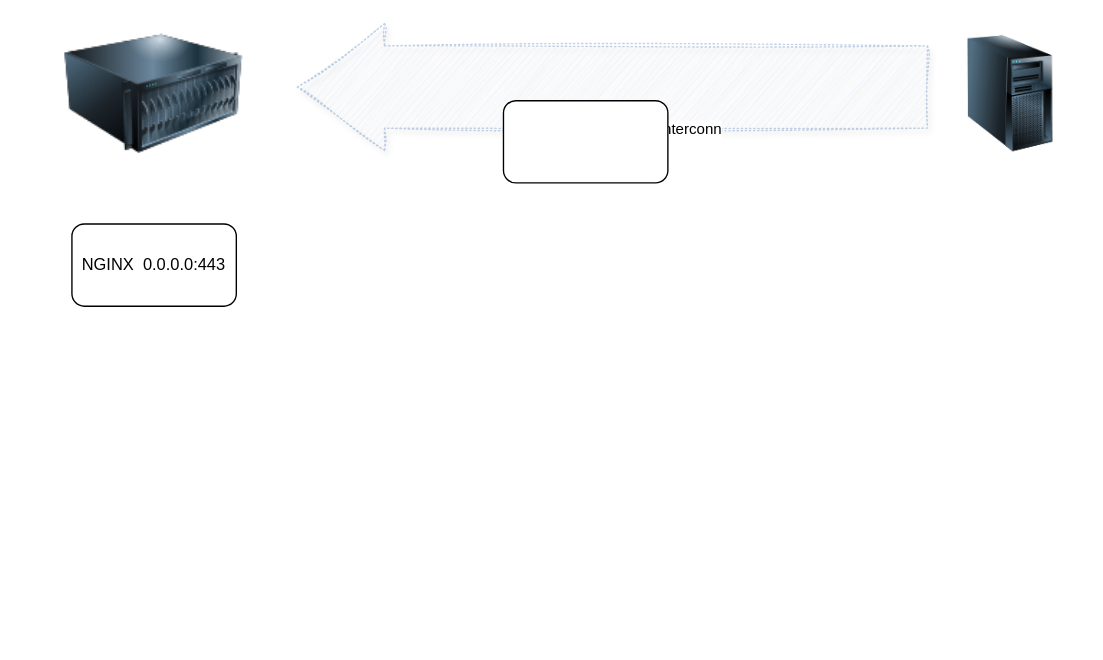
Above: Xray-Portal-Bridge.drawio in mikhaildotk/draw.io (draw.io), before the change. Source tidied: cells renumbered, new cells numbered last; positions are measured from the earlier drawing's top-left corner, leaving out a move shared by most shapes. Both pictures are drawn from the tidied source at 137%, with x=0, y=0 at pixel (64, 32).
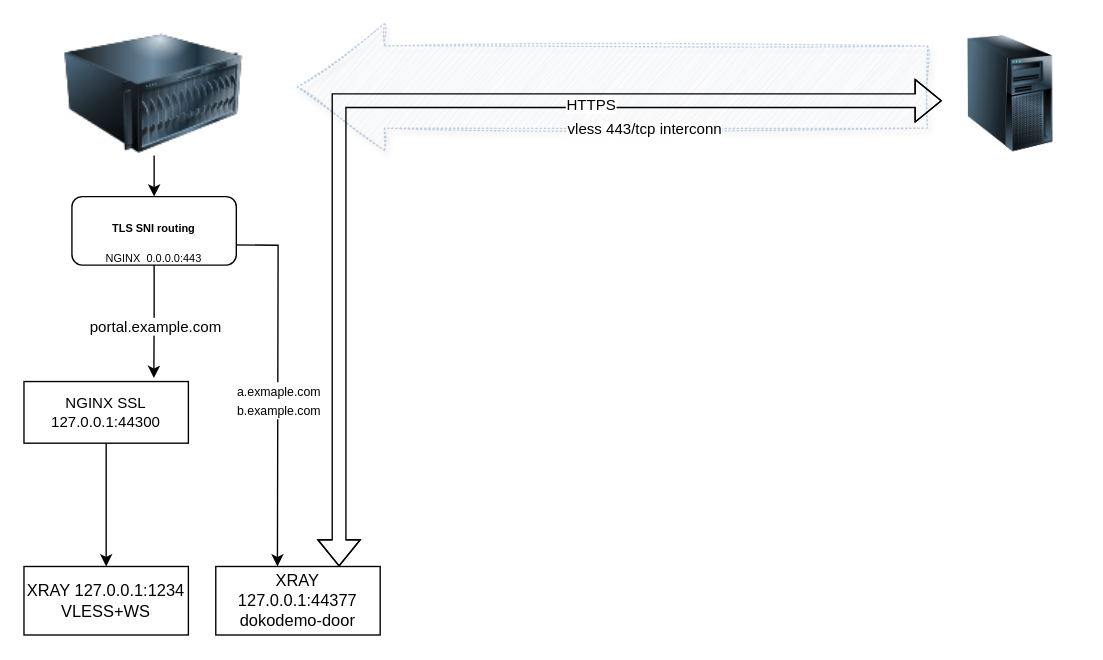
The same page after the edit.

The change refers to these unchanged cells:
```xml
<mxCell id="4" style="image;html=1;image=img/lib/clip_art/computers/Server_Tower_128x128.png;" parent="1" vertex="1">
  <mxGeometry x="640" y="2.5" width="100" height="85" as="geometry" />
</mxCell>
<mxCell id="5" style="image;html=1;image=img/lib/clip_art/computers/Server_128x128.png;" parent="1" vertex="1">
  <mxGeometry width="130" height="90" as="geometry" />
</mxCell>
```

Diff of the diagram source:
```diff
@@
+    <mxCell id="8" style="edgeStyle=orthogonalEdgeStyle;rounded=0;jettySize=auto;html=1;" parent="1" edge="1" source="5" target="7">
+      <mxGeometry relative="1" as="geometry" />
+    </mxCell>
@@
-    <mxCell id="6" style="rounded=1;whiteSpace=wrap;html=1;" parent="1" vertex="1">
-      <mxGeometry x="320" y="50" width="120" height="60" as="geometry" />
-    </mxCell>
+    <mxCell id="9" style="edgeStyle=orthogonalEdgeStyle;rounded=0;orthogonalLoop=1;jettySize=auto;html=1;" parent="1" edge="1">
+      <mxGeometry relative="1" as="geometry">
+        <mxPoint x="90" y="155" as="sourcePoint" />
+        <mxPoint x="155" y="390" as="targetPoint" />
+      </mxGeometry>
+    </mxCell>
+    <mxCell id="10" value="&lt;div&gt;&lt;font style=&quot;font-size: 9px;&quot;&gt;a.exmaple.com&lt;/font&gt;&lt;/div&gt;&lt;div&gt;&lt;font style=&quot;font-size: 9px;&quot;&gt;b.example.com&lt;br&gt;&lt;/font&gt;&lt;/div&gt;" style="edgeLabel;html=1;align=center;verticalAlign=middle;" parent="9" vertex="1">
+      <mxGeometry x="0.19" relative="1" as="geometry" />
+    </mxCell>
-    <mxCell id="7" value="NGINX&amp;nbsp; 0.0.0.0:443" style="rounded=1;whiteSpace=wrap;html=1;" parent="1" vertex="1">
-      <mxGeometry x="5" y="140" width="120" height="60" as="geometry" />
+    <mxCell id="7" value="&lt;div style=&quot;font-size: 8px;&quot;&gt;&lt;h1 dir=&quot;auto&quot; class=&quot;heading-element&quot;&gt;&lt;font style=&quot;font-size: 8px;&quot;&gt;TLS SNI routing&lt;/font&gt;&lt;/h1&gt;&lt;/div&gt;&lt;div style=&quot;font-size: 8px;&quot;&gt;&lt;font style=&quot;font-size: 8px;&quot;&gt;NGINX&amp;nbsp; 0.0.0.0:443&lt;/font&gt;&lt;/div&gt;" style="rounded=1;whiteSpace=wrap;html=1;" parent="1" vertex="1">
+      <mxGeometry x="5" y="120" width="120" height="50" as="geometry" />
     </mxCell>
+    <mxCell id="11" value="&lt;div&gt;XRAY 127.0.0.1:1234&lt;/div&gt;&lt;div&gt;VLESS+WS&lt;br&gt;&lt;/div&gt;" style="rounded=0;whiteSpace=wrap;html=1;" parent="1" vertex="1">
+      <mxGeometry x="-30" y="390" width="120" height="50" as="geometry" />
+    </mxCell>
+    <mxCell id="12" style="edgeStyle=orthogonalEdgeStyle;rounded=0;jettySize=auto;html=1;exitX=0.5;exitY=1;exitDx=0;exitDy=0;entryX=0.5;entryY=0;entryDx=0;entryDy=0;" parent="1" edge="1" source="13" target="11">
+      <mxGeometry relative="1" as="geometry" />
+    </mxCell>
+    <mxCell id="13" value="&lt;div style=&quot;font-size: 11px;&quot;&gt;&lt;font style=&quot;font-size: 11px;&quot;&gt;NGINX SSL &lt;/font&gt;&lt;font style=&quot;font-size: 11px;&quot;&gt;127.0.0.1:44300&lt;br&gt;&lt;/font&gt;&lt;/div&gt;" style="rounded=0;whiteSpace=wrap;html=1;" parent="1" vertex="1">
+      <mxGeometry x="-30" y="255" width="120" height="45" as="geometry" />
+    </mxCell>
+    <mxCell id="14" style="edgeStyle=orthogonalEdgeStyle;rounded=0;orthogonalLoop=1;jettySize=auto;html=1;exitX=0.5;exitY=1;exitDx=0;exitDy=0;" parent="1" edge="1">
+      <mxGeometry relative="1" as="geometry">
+        <mxPoint x="395" y="255" as="sourcePoint" />
+        <mxPoint x="395" y="255" as="targetPoint" />
+      </mxGeometry>
+    </mxCell>
+    <mxCell id="15" style="edgeStyle=orthogonalEdgeStyle;rounded=0;orthogonalLoop=1;jettySize=auto;html=1;exitX=0.5;exitY=1;exitDx=0;exitDy=0;" parent="1" edge="1">
+      <mxGeometry relative="1" as="geometry">
+        <mxPoint x="395" y="255" as="sourcePoint" />
+        <mxPoint x="395" y="255" as="targetPoint" />
+      </mxGeometry>
+    </mxCell>
+    <mxCell id="16" style="edgeStyle=orthogonalEdgeStyle;rounded=0;jettySize=auto;html=1;entryX=0.79;entryY=-0.057;entryDx=0;entryDy=0;entryPerimeter=0;" parent="1" edge="1" source="7" target="13">
+      <mxGeometry relative="1" as="geometry" />
+    </mxCell>
+    <mxCell id="17" value="portal.example.com" style="edgeLabel;html=1;align=center;verticalAlign=middle;" parent="16" vertex="1">
+      <mxGeometry x="0.08" y="1" relative="1" as="geometry" />
+    </mxCell>
+    <mxCell id="18" value="&lt;div&gt;XRAY 127.0.0.1:44377&lt;/div&gt;&lt;div&gt;dokodemo-door&lt;br&gt;&lt;/div&gt;" style="rounded=0;whiteSpace=wrap;html=1;" parent="1" vertex="1">
+      <mxGeometry x="110" y="390" width="120" height="50" as="geometry" />
+    </mxCell>
+    <mxCell id="19" style="shape=flexArrow;endArrow=classic;startArrow=classic;html=1;rounded=0;edgeStyle=orthogonalEdgeStyle;" parent="1" edge="1" target="4">
+      <mxGeometry relative="1" as="geometry">
+        <mxPoint x="200" y="390" as="sourcePoint" />
+        <Array as="points">
+          <mxPoint x="200" y="50" />
+        </Array>
+      </mxGeometry>
+    </mxCell>
+    <mxCell id="20" value="HTTPS" style="edgeLabel;html=1;align=center;verticalAlign=middle;" parent="19" vertex="1">
+      <mxGeometry x="0.34" y="-2" relative="1" as="geometry" />
+    </mxCell>
```
